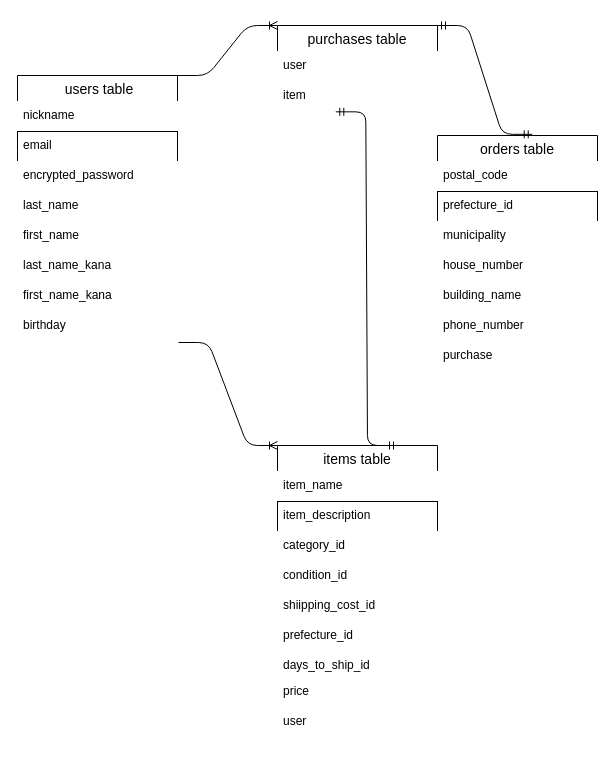
The draw.io diagram entity-relationship.dio in taichomeiso/furima-40941, before the edit. Source tidied: cells renumbered, new cells numbered last; positions are measured from the earlier drawing's top-left corner, leaving out a move shared by most shapes. Both pictures are drawn from the tidied source at 100%, with x=0, y=0 at pixel (17, 25).
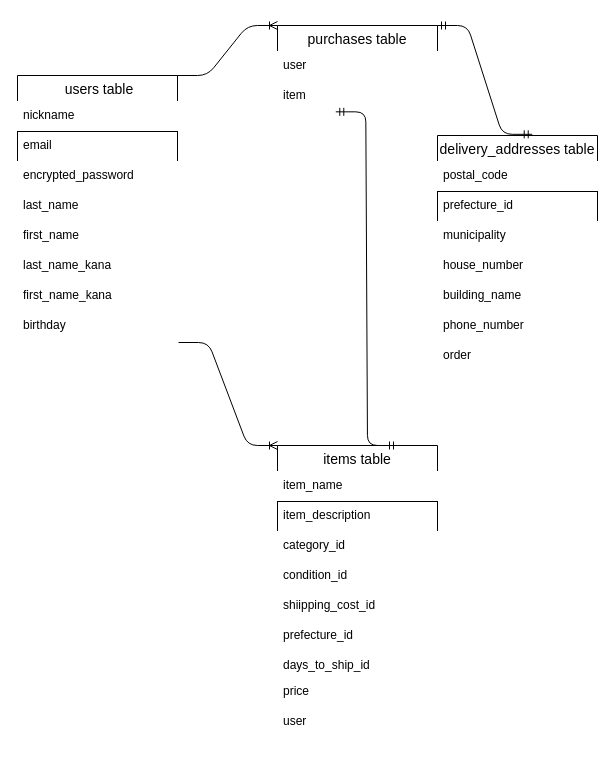
The same diagram, later.

What changed in the source:
```diff
@@
-    <mxCell id="24" value="orders table" style="swimlane;fontStyle=0;horizontal=1;startSize=26;align=center;fontSize=14;" parent="1" vertex="1">
+    <mxCell id="24" value="delivery_addresses table" style="swimlane;fontStyle=0;horizontal=1;startSize=26;align=center;fontSize=14;" parent="1" vertex="1">
       <mxGeometry x="420" y="110" width="160" height="236" as="geometry" />
     </mxCell>
@@
-    <mxCell id="31" value="purchase" style="text;strokeColor=#FFFFFF;fillColor=none;spacingLeft=4;spacingRight=4;overflow=hidden;fontSize=12;perimeterSpacing=1;" parent="24" vertex="1">
+    <mxCell id="31" value="order" style="text;strokeColor=#FFFFFF;fillColor=none;spacingLeft=4;spacingRight=4;overflow=hidden;fontSize=12;perimeterSpacing=1;" parent="24" vertex="1">
       <mxGeometry y="206" width="160" height="30" as="geometry" />
     </mxCell>
```
